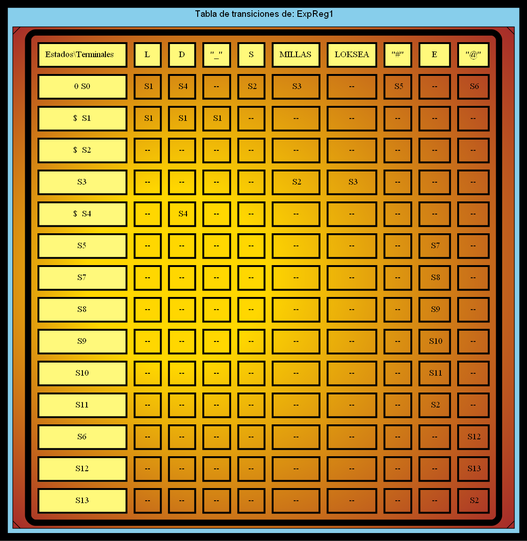
Above: TRANSICIONES_202000119/TransicionesExpReg1.png in SergieArizandieta/OLC1-P1-202000119 (Graphviz), before the change. Its source is kept beside it as TRANSICIONES_202000119/TransicionesExpReg1.dot.
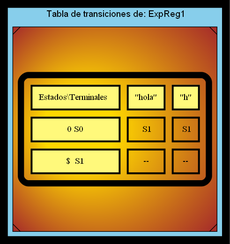
The same file after the commit.

The edit, as a diff of the source:
```diff
@@ -8,183 +8,18 @@
   <TABLE border="10" cellspacing="10" cellpadding="10" style="rounded" gradientangle="315">
   <TR>
       <TD border="3" bgcolor="#FFF97B">Estados\Terminales  </TD>
-      <TD border="3" bgcolor="#FFF97B">L</TD>
-      <TD border="3" bgcolor="#FFF97B">D</TD>
-      <TD border="3" bgcolor="#FFF97B">"_"</TD>
-      <TD border="3" bgcolor="#FFF97B">S</TD>
-      <TD border="3" bgcolor="#FFF97B">MILLAS</TD>
-      <TD border="3" bgcolor="#FFF97B">LOKSEA</TD>
-      <TD border="3" bgcolor="#FFF97B">"#"</TD>
-      <TD border="3" bgcolor="#FFF97B">E</TD>
-      <TD border="3" bgcolor="#FFF97B">"@"</TD>
+      <TD border="3" bgcolor="#FFF97B">"hola"</TD>
+      <TD border="3" bgcolor="#FFF97B">"h"</TD>
   </TR>
   <TR>
       <TD border="3" bgcolor="#FFF97B">0 S0</TD>
       <TD border="3" > S1</TD>
-      <TD border="3" > S4</TD>
-      <TD border="3" > -- </TD>
-      <TD border="3" > S2</TD>
-      <TD border="3" > S3</TD>
-      <TD border="3" > -- </TD>
-      <TD border="3" > S5</TD>
-      <TD border="3" > -- </TD>
-      <TD border="3" > S6</TD>
+      <TD border="3" > S1</TD>
   </TR>
   <TR>
       <TD border="3" bgcolor="#FFF97B">$  S1</TD>
-      <TD border="3" > S1</TD>
-      <TD border="3" > S1</TD>
-      <TD border="3" > S1</TD>
-      <TD border="3" > -- </TD>
-      <TD border="3" > -- </TD>
-      <TD border="3" > -- </TD>
-      <TD border="3" > -- </TD>
       <TD border="3" > -- </TD>
       <TD border="3" > -- </TD>
   </TR>
-  <TR>
-      <TD border="3" bgcolor="#FFF97B">$  S2</TD>
-      <TD border="3" > -- </TD>
-      <TD border="3" > -- </TD>
-      <TD border="3" > -- </TD>
-      <TD border="3" > -- </TD>
-      <TD border="3" > -- </TD>
-      <TD border="3" > -- </TD>
-      <TD border="3" > -- </TD>
-      <TD border="3" > -- </TD>
-      <TD border="3" > -- </TD>
-  </TR>
-  <TR>
-      <TD border="3" bgcolor="#FFF97B">S3</TD>
-      <TD border="3" > -- </TD>
-      <TD border="3" > -- </TD>
-      <TD border="3" > -- </TD>
-      <TD border="3" > -- </TD>
-      <TD border="3" > S2</TD>
-      <TD border="3" > S3</TD>
-      <TD border="3" > -- </TD>
-      <TD border="3" > -- </TD>
-      <TD border="3" > -- </TD>
-  </TR>
-  <TR>
-      <TD border="3" bgcolor="#FFF97B">$  S4</TD>
-      <TD border="3" > -- </TD>
-      <TD border="3" > S4</TD>
-      <TD border="3" > -- </TD>
-      <TD border="3" > -- </TD>
-      <TD border="3" > -- </TD>
-      <TD border="3" > -- </TD>
-      <TD border="3" > -- </TD>
-      <TD border="3" > -- </TD>
-      <TD border="3" > -- </TD>
-  </TR>
-  <TR>
-      <TD border="3" bgcolor="#FFF97B">S5</TD>
-      <TD border="3" > -- </TD>
-      <TD border="3" > -- </TD>
-      <TD border="3" > -- </TD>
-      <TD border="3" > -- </TD>
-      <TD border="3" > -- </TD>
-      <TD border="3" > -- </TD>
-      <TD border="3" > -- </TD>
-      <TD border="3" > S7</TD>
-      <TD border="3" > -- </TD>
-  </TR>
-  <TR>
-      <TD border="3" bgcolor="#FFF97B">S7</TD>
-      <TD border="3" > -- </TD>
-      <TD border="3" > -- </TD>
-      <TD border="3" > -- </TD>
-      <TD border="3" > -- </TD>
-      <TD border="3" > -- </TD>
-      <TD border="3" > -- </TD>
-      <TD border="3" > -- </TD>
-      <TD border="3" > S8</TD>
-      <TD border="3" > -- </TD>
-  </TR>
-  <TR>
-      <TD border="3" bgcolor="#FFF97B">S8</TD>
-      <TD border="3" > -- </TD>
-      <TD border="3" > -- </TD>
-      <TD border="3" > -- </TD>
-      <TD border="3" > -- </TD>
-      <TD border="3" > -- </TD>
-      <TD border="3" > -- </TD>
-      <TD border="3" > -- </TD>
-      <TD border="3" > S9</TD>
-      <TD border="3" > -- </TD>
-  </TR>
-  <TR>
-      <TD border="3" bgcolor="#FFF97B">S9</TD>
-      <TD border="3" > -- </TD>
-      <TD border="3" > -- </TD>
-      <TD border="3" > -- </TD>
-      <TD border="3" > -- </TD>
-      <TD border="3" > -- </TD>
-      <TD border="3" > -- </TD>
-      <TD border="3" > -- </TD>
-      <TD border="3" > S10</TD>
-      <TD border="3" > -- </TD>
-  </TR>
-  <TR>
-      <TD border="3" bgcolor="#FFF97B">S10</TD>
-      <TD border="3" > -- </TD>
-      <TD border="3" > -- </TD>
-      <TD border="3" > -- </TD>
-      <TD border="3" > -- </TD>
-      <TD border="3" > -- </TD>
-      <TD border="3" > -- </TD>
-      <TD border="3" > -- </TD>
-      <TD border="3" > S11</TD>
-      <TD border="3" > -- </TD>
-  </TR>
-  <TR>
-      <TD border="3" bgcolor="#FFF97B">S11</TD>
-      <TD border="3" > -- </TD>
-      <TD border="3" > -- </TD>
-      <TD border="3" > -- </TD>
-      <TD border="3" > -- </TD>
-      <TD border="3" > -- </TD>
-      <TD border="3" > -- </TD>
-      <TD border="3" > -- </TD>
-      <TD border="3" > S2</TD>
-      <TD border="3" > -- </TD>
-  </TR>
-  <TR>
-      <TD border="3" bgcolor="#FFF97B">S6</TD>
-      <TD border="3" > -- </TD>
-      <TD border="3" > -- </TD>
-      <TD border="3" > -- </TD>
-      <TD border="3" > -- </TD>
-      <TD border="3" > -- </TD>
-      <TD border="3" > -- </TD>
-      <TD border="3" > -- </TD>
-      <TD border="3" > -- </TD>
-      <TD border="3" > S12</TD>
-  </TR>
-  <TR>
-      <TD border="3" bgcolor="#FFF97B">S12</TD>
-      <TD border="3" > -- </TD>
-      <TD border="3" > -- </TD>
-      <TD border="3" > -- </TD>
-      <TD border="3" > -- </TD>
-      <TD border="3" > -- </TD>
-      <TD border="3" > -- </TD>
-      <TD border="3" > -- </TD>
-      <TD border="3" > -- </TD>
-      <TD border="3" > S13</TD>
-  </TR>
-  <TR>
-      <TD border="3" bgcolor="#FFF97B">S13</TD>
-      <TD border="3" > -- </TD>
-      <TD border="3" > -- </TD>
-      <TD border="3" > -- </TD>
-      <TD border="3" > -- </TD>
-      <TD border="3" > -- </TD>
-      <TD border="3" > -- </TD>
-      <TD border="3" > -- </TD>
-      <TD border="3" > -- </TD>
-      <TD border="3" > S2</TD>
-  </TR>
 
 </TABLE>>];}}
```
